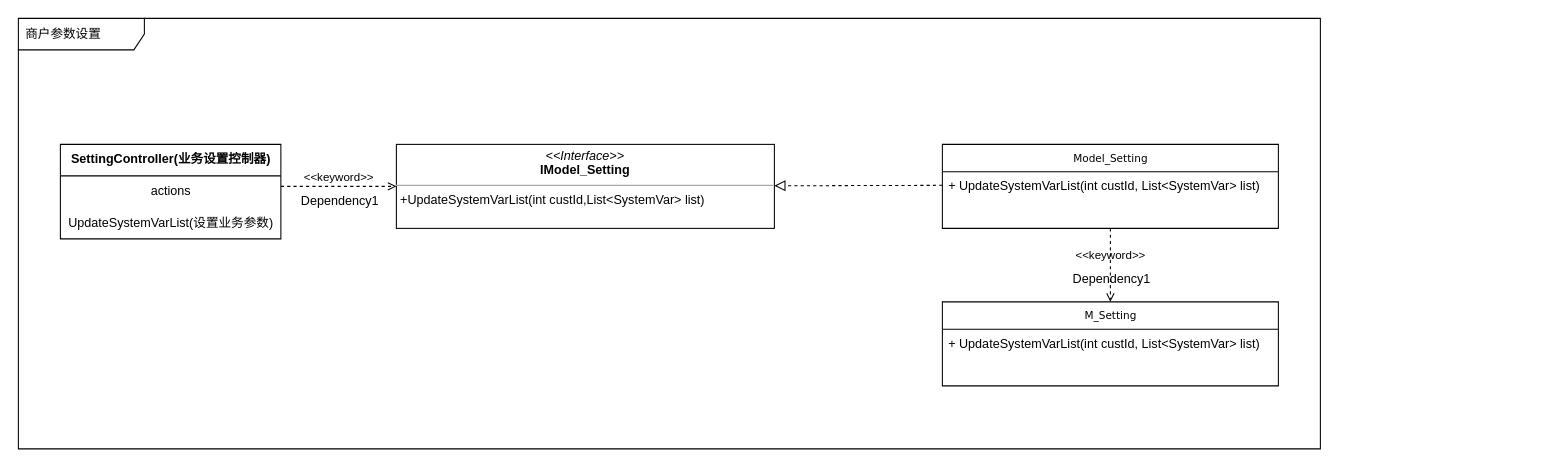
Earlier version of the draw.io diagram Kemai/后台商户参数设置类图.drawio (noobwu/diagrams). Source tidied: cells renumbered, new cells numbered last; positions are measured from the earlier drawing's top-left corner, leaving out a move shared by most shapes. Both pictures are drawn from the tidied source at 105%, with x=0, y=0 at pixel (18, 18).
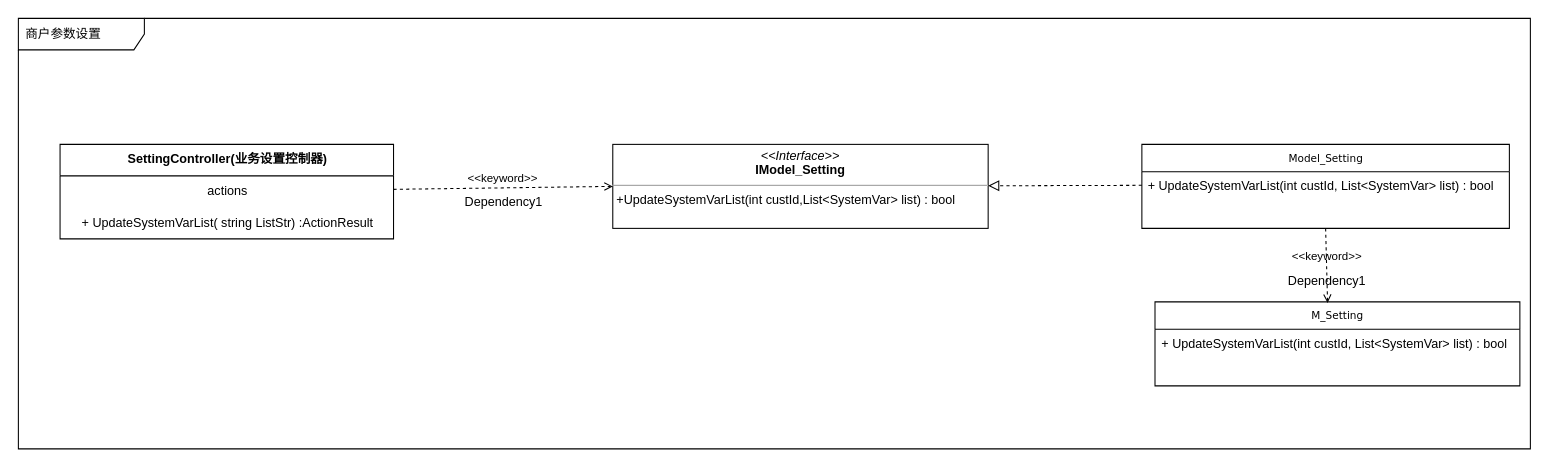
The same page after the edit.

Commit message:
Update 后台商户参数设置类图.drawio

Diff of the diagram source:
```diff
@@
 <mxGraphModel>
   <root>
     <mxCell id="0" />
     <mxCell id="1" parent="0" />
+    <mxCell id="16" style="group;" parent="1" vertex="1">
+      <mxGeometry width="1450" height="410" as="geometry" />
+    </mxCell>
-    <mxCell id="2" value="商户参数设置" style="shape=umlFrame;whiteSpace=wrap;html=1;width=120;height=30;boundedLbl=1;verticalAlign=middle;align=left;spacingLeft=5;" parent="1" vertex="1">
-      <mxGeometry width="1240" height="410" as="geometry" />
+    <mxCell id="2" value="商户参数设置" style="shape=umlFrame;whiteSpace=wrap;html=1;width=120;height=30;boundedLbl=1;verticalAlign=middle;align=left;spacingLeft=5;" parent="16" vertex="1">
+      <mxGeometry width="1440" height="410" as="geometry" />
     </mxCell>
-    <mxCell id="3" value="SettingController(业务设置控制器)" style="swimlane;fontStyle=1;align=center;verticalAlign=top;horizontal=1;startSize=30;html=1;fillColor=default;" parent="1" vertex="1">
-      <mxGeometry x="40" y="120" width="210" height="90" as="geometry" />
+    <mxCell id="3" value="SettingController(业务设置控制器)" style="swimlane;fontStyle=1;align=center;verticalAlign=top;horizontal=1;startSize=30;html=1;fillColor=default;" parent="16" vertex="1">
+      <mxGeometry x="39.7" y="120" width="317.6" height="90" as="geometry" />
     </mxCell>
     <mxCell id="4" value="actions" style="html=1;strokeColor=none;fillColor=none;align=center;verticalAlign=middle;spacingLeft=4;spacingRight=4;points=[[0,0.5],[1,0.5]];" parent="3" vertex="1">
-      <mxGeometry y="30" width="210" height="30" as="geometry" />
+      <mxGeometry y="30" width="317.6" height="30" as="geometry" />
     </mxCell>
-    <mxCell id="5" value="UpdateSystemVarList(设置业务参数)" style="html=1;strokeColor=none;fillColor=none;align=center;verticalAlign=middle;spacingLeft=4;spacingRight=4;" parent="3" vertex="1">
-      <mxGeometry y="60" width="210" height="30" as="geometry" />
+    <mxCell id="5" value="+ UpdateSystemVarList(&amp;nbsp;string ListStr) :ActionResult" style="html=1;strokeColor=none;fillColor=none;align=center;verticalAlign=middle;spacingLeft=4;spacingRight=4;" parent="3" vertex="1">
+      <mxGeometry y="60" width="317.6" height="30" as="geometry" />
     </mxCell>
-    <mxCell id="6" value="&lt;p style=&quot;margin: 0px ; margin-top: 4px ; text-align: center&quot;&gt;&lt;i&gt;&amp;lt;&amp;lt;Interface&amp;gt;&amp;gt;&lt;/i&gt;&lt;br&gt;&lt;b&gt;IModel_Setting&lt;/b&gt;&lt;/p&gt;&lt;hr size=&quot;1&quot;&gt;&lt;p style=&quot;margin: 0px ; margin-left: 4px&quot;&gt;+UpdateSystemVarList(int custId,List&amp;lt;SystemVar&amp;gt; list)&lt;br&gt;&lt;br&gt;&lt;/p&gt;" style="verticalAlign=top;align=left;overflow=fill;fontSize=12;fontFamily=Helvetica;html=1;rounded=0;shadow=0;comic=0;labelBackgroundColor=none;strokeWidth=1;" parent="1" vertex="1">
-      <mxGeometry x="360" y="120" width="360" height="80" as="geometry" />
+    <mxCell id="6" value="&lt;p style=&quot;margin: 0px ; margin-top: 4px ; text-align: center&quot;&gt;&lt;i&gt;&amp;lt;&amp;lt;Interface&amp;gt;&amp;gt;&lt;/i&gt;&lt;br&gt;&lt;b&gt;IModel_Setting&lt;/b&gt;&lt;/p&gt;&lt;hr size=&quot;1&quot;&gt;&lt;p style=&quot;margin: 0px ; margin-left: 4px&quot;&gt;+UpdateSystemVarList(int custId,List&amp;lt;SystemVar&amp;gt; list) :&amp;nbsp;bool&lt;br&gt;&lt;br&gt;&lt;/p&gt;" style="verticalAlign=top;align=left;overflow=fill;fontSize=12;fontFamily=Helvetica;html=1;rounded=0;shadow=0;comic=0;labelBackgroundColor=none;strokeWidth=1;" parent="16" vertex="1">
+      <mxGeometry x="566.1" y="120" width="357.5" height="80" as="geometry" />
     </mxCell>
-    <mxCell id="7" value="Model_Setting" style="swimlane;html=1;fontStyle=0;horizontal=1;startSize=26;fillColor=none;swimlaneFillColor=#ffffff;rounded=0;shadow=0;comic=0;labelBackgroundColor=none;strokeWidth=1;fontFamily=Verdana;fontSize=10;align=center;" parent="1" vertex="1">
-      <mxGeometry x="880" y="120" width="320" height="80" as="geometry" />
+    <mxCell id="7" value="Model_Setting" style="swimlane;html=1;fontStyle=0;horizontal=1;startSize=26;fillColor=none;swimlaneFillColor=#ffffff;rounded=0;shadow=0;comic=0;labelBackgroundColor=none;strokeWidth=1;fontFamily=Verdana;fontSize=10;align=center;" parent="16" vertex="1">
+      <mxGeometry x="1070" y="120" width="350" height="80" as="geometry" />
     </mxCell>
-    <mxCell id="8" value="+&amp;nbsp;UpdateSystemVarList(int custId, List&amp;lt;SystemVar&amp;gt; list)" style="text;html=1;strokeColor=none;fillColor=none;align=left;verticalAlign=top;spacingLeft=4;spacingRight=4;whiteSpace=wrap;overflow=hidden;points=[[0,0.5],[1,0.5]];portConstraint=eastwest;" parent="7" vertex="1">
-      <mxGeometry y="26" width="320" height="26" as="geometry" />
+    <mxCell id="8" value="+&amp;nbsp;UpdateSystemVarList(int custId, List&amp;lt;SystemVar&amp;gt; list) : bool" style="text;html=1;strokeColor=none;fillColor=none;align=left;verticalAlign=top;spacingLeft=4;spacingRight=4;whiteSpace=wrap;overflow=hidden;points=[[0,0.5],[1,0.5]];portConstraint=eastwest;" parent="7" vertex="1">
+      <mxGeometry y="26" width="350" height="26" as="geometry" />
     </mxCell>
-    <mxCell id="9" value="&amp;lt;&amp;lt;keyword&amp;gt;&amp;gt;" style="endArrow=open;html=1;rounded=0;align=center;verticalAlign=bottom;dashed=1;endFill=0;labelBackgroundColor=none;" parent="1" edge="1">
+    <mxCell id="9" value="&amp;lt;&amp;lt;keyword&amp;gt;&amp;gt;" style="endArrow=open;html=1;rounded=0;align=center;verticalAlign=bottom;dashed=1;endFill=0;labelBackgroundColor=none;" parent="16" edge="1" source="4">
       <mxGeometry relative="1" as="geometry">
-        <mxPoint x="250" y="160" as="sourcePoint" />
-        <mxPoint x="360" y="160" as="targetPoint" />
+        <mxPoint x="566.1" y="160" as="targetPoint" />
       </mxGeometry>
     </mxCell>
     <mxCell id="10" value="Dependency1" style="html=1;align=center;verticalAlign=top;labelBackgroundColor=none;fillColor=default;" parent="9" vertex="1">
       <mxGeometry relative="1" as="geometry" />
     </mxCell>
-    <mxCell id="11" style="endArrow=block;startArrow=none;endFill=0;startFill=0;endSize=8;html=1;verticalAlign=bottom;dashed=1;labelBackgroundColor=none;rounded=0;exitX=0;exitY=0.5;exitDx=0;exitDy=0;" parent="1" edge="1" source="8" target="6">
+    <mxCell id="11" style="endArrow=block;startArrow=none;endFill=0;startFill=0;endSize=8;html=1;verticalAlign=bottom;dashed=1;labelBackgroundColor=none;rounded=0;exitX=0;exitY=0.5;exitDx=0;exitDy=0;" parent="16" edge="1" source="8" target="6">
       <mxGeometry relative="1" as="geometry" />
     </mxCell>
-    <mxCell id="12" value="M_Setting" style="swimlane;html=1;fontStyle=0;horizontal=1;startSize=26;fillColor=none;swimlaneFillColor=#ffffff;rounded=0;shadow=0;comic=0;labelBackgroundColor=none;strokeWidth=1;fontFamily=Verdana;fontSize=10;align=center;" parent="1" vertex="1">
-      <mxGeometry x="880" y="270" width="320" height="80" as="geometry" />
+    <mxCell id="12" value="M_Setting" style="swimlane;html=1;fontStyle=0;horizontal=1;startSize=26;fillColor=none;swimlaneFillColor=#ffffff;rounded=0;shadow=0;comic=0;labelBackgroundColor=none;strokeWidth=1;fontFamily=Verdana;fontSize=10;align=center;" parent="16" vertex="1">
+      <mxGeometry x="1082.5" y="270" width="347.5" height="80" as="geometry" />
     </mxCell>
-    <mxCell id="13" value="+&amp;nbsp;UpdateSystemVarList(int custId, List&amp;lt;SystemVar&amp;gt; list)" style="text;html=1;strokeColor=none;fillColor=none;align=left;verticalAlign=top;spacingLeft=4;spacingRight=4;whiteSpace=wrap;overflow=hidden;" parent="12" vertex="1">
-      <mxGeometry y="26" width="320" height="26" as="geometry" />
+    <mxCell id="13" value="+&amp;nbsp;UpdateSystemVarList(int custId, List&amp;lt;SystemVar&amp;gt; list) : bool" style="text;html=1;strokeColor=none;fillColor=none;align=left;verticalAlign=top;spacingLeft=4;spacingRight=4;whiteSpace=wrap;overflow=hidden;" parent="12" vertex="1">
+      <mxGeometry y="26" width="347.5" height="26" as="geometry" />
     </mxCell>
-    <mxCell id="14" value="&amp;lt;&amp;lt;keyword&amp;gt;&amp;gt;" style="endArrow=open;html=1;rounded=0;align=center;verticalAlign=bottom;dashed=1;endFill=0;labelBackgroundColor=none;entryX=0.5;entryY=0;entryDx=0;entryDy=0;exitX=0.5;exitY=1;exitDx=0;exitDy=0;" parent="1" edge="1" source="7" target="12">
-      <mxGeometry relative="1" as="geometry" />
+    <mxCell id="14" value="&amp;lt;&amp;lt;keyword&amp;gt;&amp;gt;" style="endArrow=open;html=1;rounded=0;align=center;verticalAlign=bottom;dashed=1;endFill=0;labelBackgroundColor=none;entryX=0.473;entryY=0.013;entryDx=0;entryDy=0;entryPerimeter=0;" parent="16" edge="1" target="12">
+      <mxGeometry relative="1" as="geometry">
+        <mxPoint x="1245" y="200" as="sourcePoint" />
+      </mxGeometry>
     </mxCell>
     <mxCell id="15" value="Dependency1" style="html=1;align=center;verticalAlign=top;labelBackgroundColor=none;fillColor=default;" parent="14" vertex="1">
       <mxGeometry relative="1" as="geometry" />
     </mxCell>
   </root>
 </mxGraphModel>
```
